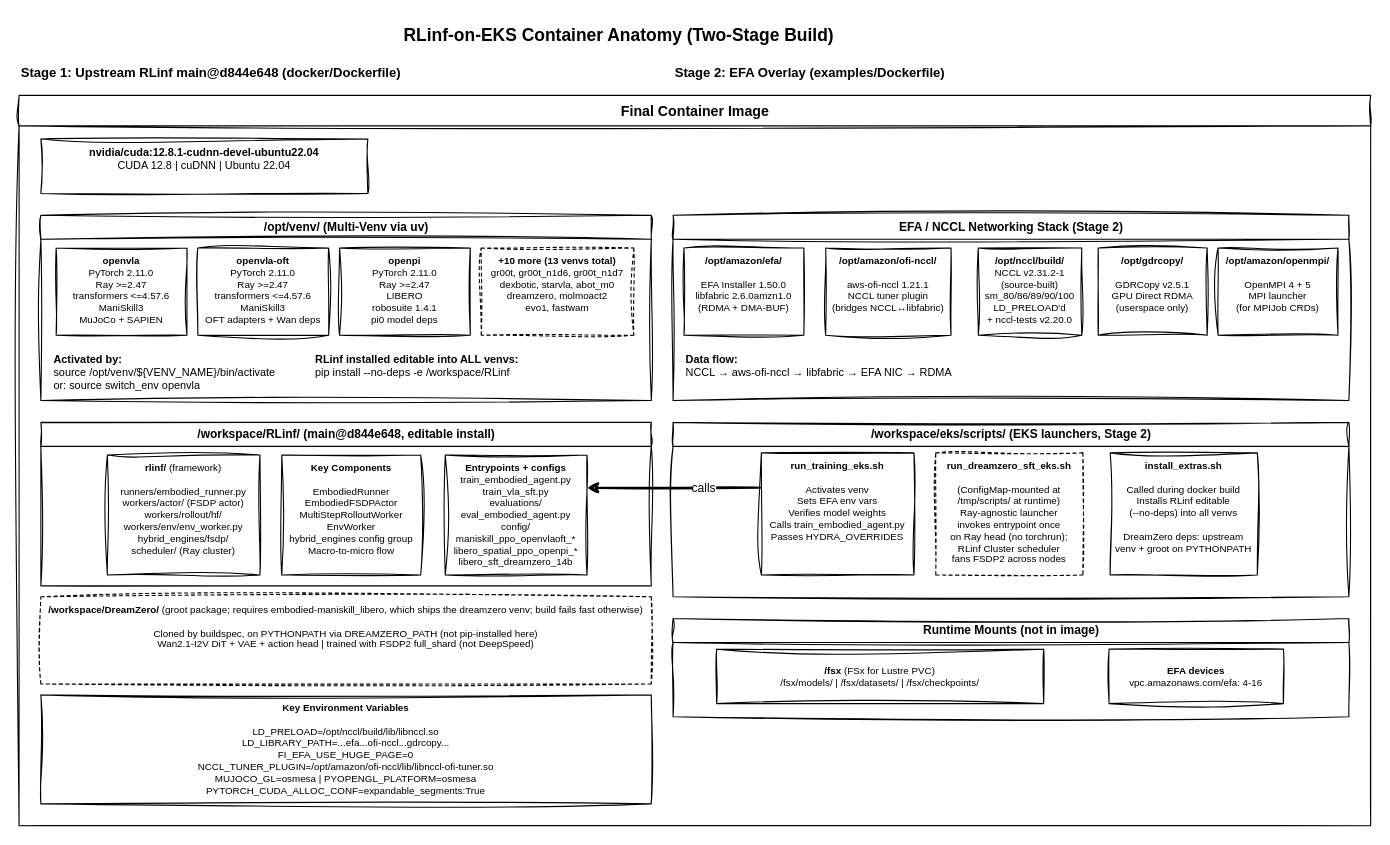
Above: examples/diagrams/container-anatomy.drawio in aws-samples/sample-rlinf-on-eks (draw.io), before the change. Source tidied: cells renumbered, new cells numbered last; positions are measured from the earlier drawing's top-left corner, leaving out a move shared by most shapes. Both pictures are drawn from the tidied source at 109%, with x=0, y=0 at pixel (19, 19).
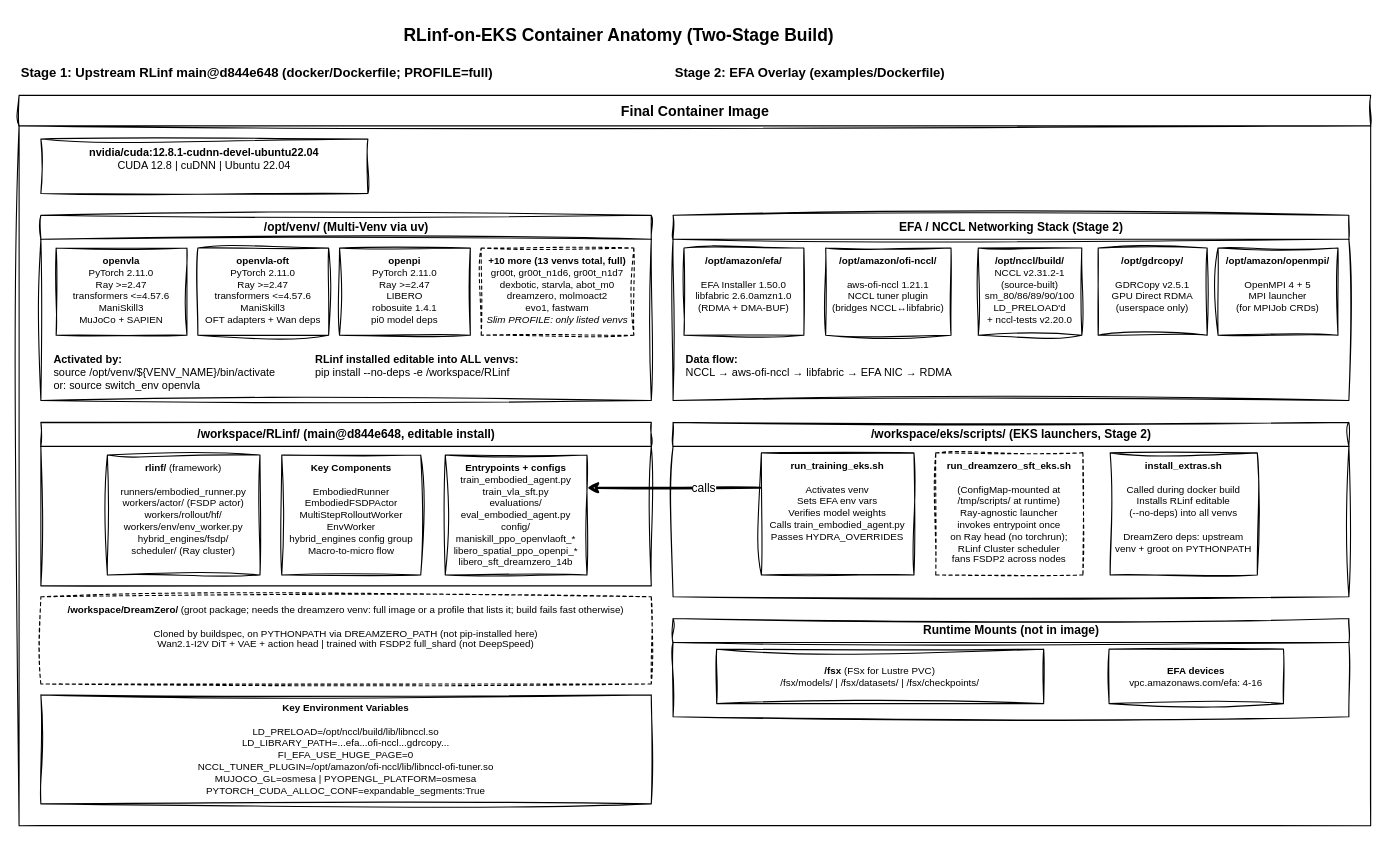
Above is the later version.

The change refers to these unchanged cells:
```xml
<mxCell id="5" value="Final Container Image" style="swimlane;startSize=28;html=1;fontSize=13;fontStyle=1;rounded=0;arcSize=4;labelBackgroundColor=none;sketch=1;curveFitting=1;jiggle=2;" parent="1" vertex="1">
  <mxGeometry y="70" width="1240" height="670" as="geometry" />
</mxCell>
<mxCell id="7" value="/opt/venv/ (Multi-Venv via uv)" style="swimlane;startSize=22;html=1;fontSize=11;fontStyle=1;rounded=0;labelBackgroundColor=none;sketch=1;curveFitting=1;jiggle=2;" parent="5" vertex="1">
  <mxGeometry x="20" y="110" width="560" height="170" as="geometry" />
</mxCell>
```

The edit, as a diff of the source:
```diff
@@
-    <mxCell id="3" value="Stage 1: Upstream RLinf main@d844e648 (docker/Dockerfile)" style="text;html=1;align=left;verticalAlign=middle;fontSize=12;fontStyle=1;rounded=0;labelBackgroundColor=none;sketch=1;curveFitting=1;jiggle=2;" parent="1" vertex="1">
+    <mxCell id="3" value="Stage 1: Upstream RLinf main@d844e648 (docker/Dockerfile; PROFILE=full)" style="text;html=1;align=left;verticalAlign=middle;fontSize=12;fontStyle=1;rounded=0;labelBackgroundColor=none;sketch=1;curveFitting=1;jiggle=2;" parent="1" vertex="1">
       <mxGeometry y="40" width="350" height="20" as="geometry" />
     </mxCell>
@@
-    <mxCell id="11" value="&lt;b&gt;+10 more (13 venvs total)&lt;/b&gt;&lt;br&gt;gr00t, gr00t_n1d6, gr00t_n1d7&lt;br&gt;dexbotic, starvla, abot_m0&lt;br&gt;dreamzero, molmoact2&lt;br&gt;evo1, fastwam" style="rounded=0;whiteSpace=wrap;html=1;fontSize=9;verticalAlign=top;dashed=1;labelBackgroundColor=none;sketch=1;curveFitting=1;jiggle=2;" parent="7" vertex="1">
+    <mxCell id="11" value="&lt;b&gt;+10 more (13 venvs total, full)&lt;/b&gt;&lt;br&gt;gr00t, gr00t_n1d6, gr00t_n1d7&lt;br&gt;dexbotic, starvla, abot_m0&lt;br&gt;dreamzero, molmoact2&lt;br&gt;evo1, fastwam&lt;br&gt;&lt;i&gt;Slim PROFILE: only listed venvs&lt;/i&gt;" style="rounded=0;whiteSpace=wrap;html=1;fontSize=9;verticalAlign=top;dashed=1;labelBackgroundColor=none;sketch=1;curveFitting=1;jiggle=2;" parent="7" vertex="1">
       <mxGeometry x="404" y="30" width="140" height="80" as="geometry" />
     </mxCell>
@@
-    <mxCell id="18" value="&lt;b&gt;/workspace/DreamZero/&lt;/b&gt; (groot package; requires embodied-maniskill_libero, which ships the dreamzero venv; build fails fast otherwise)&lt;br&gt;&lt;br&gt;Cloned by buildspec, on PYTHONPATH via DREAMZERO_PATH (not pip-installed here)&lt;br&gt;Wan2.1-I2V DiT + VAE + action head | trained with FSDP2 full_shard (not DeepSpeed)" style="rounded=0;whiteSpace=wrap;html=1;fontSize=9;verticalAlign=top;dashed=1;labelBackgroundColor=none;sketch=1;curveFitting=1;jiggle=2;" parent="5" vertex="1">
+    <mxCell id="18" value="&lt;b&gt;/workspace/DreamZero/&lt;/b&gt; (groot package; needs the dreamzero venv: full image or a profile that lists it; build fails fast otherwise)&lt;br&gt;&lt;br&gt;Cloned by buildspec, on PYTHONPATH via DREAMZERO_PATH (not pip-installed here)&lt;br&gt;Wan2.1-I2V DiT + VAE + action head | trained with FSDP2 full_shard (not DeepSpeed)" style="rounded=0;whiteSpace=wrap;html=1;fontSize=9;verticalAlign=top;dashed=1;labelBackgroundColor=none;sketch=1;curveFitting=1;jiggle=2;" parent="5" vertex="1">
       <mxGeometry x="20" y="460" width="560" height="80" as="geometry" />
     </mxCell>
```
